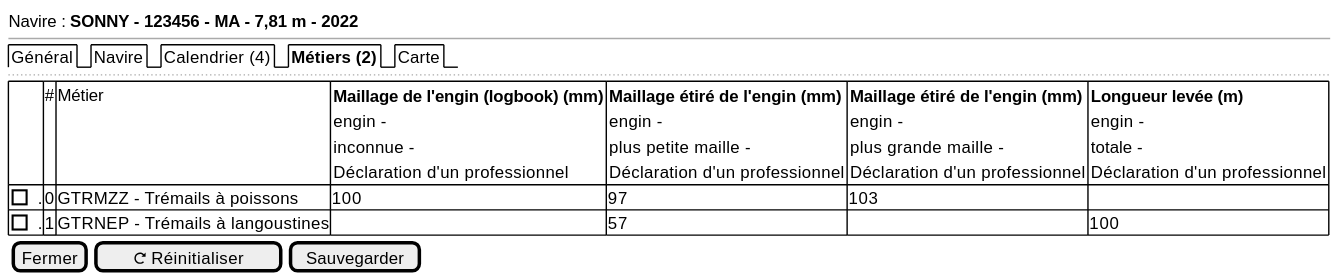
Above: projects/activity-calendar/spe/images/activity-calendar-metiers.svg in sumaris-net/sumaris-doc (PlantUML), before the change.
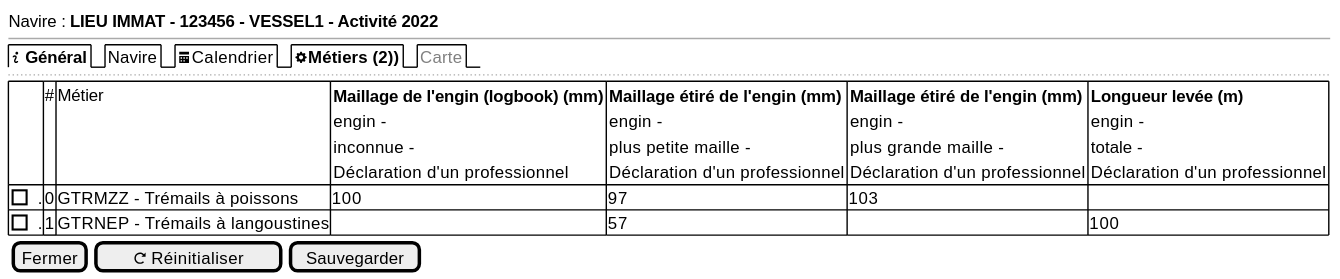
After the change.

The edit, as a diff of the source:
```diff
@@ -1,8 +1,9 @@
 @startsalt
 {
-  Navire : <b>SONNY - 123456 - MA - 7,81 m - 2022
+  Navire : <b>LIEU IMMAT - 123456 - VESSEL1 - Activité 2022
   --
-  {/ Général | Navire | Calendrier (4) | <b>Métiers (2) | Carte}
+  {/ <b><&info>Général | Navire | <&calendar>Calendrier | <b><&cog>Métiers (2)) | <font color=grey>Carte}
+
   ..
   {# . | # |Métier | {<b>Maillage de l'engin (logbook) (mm)
                 engin -
```
